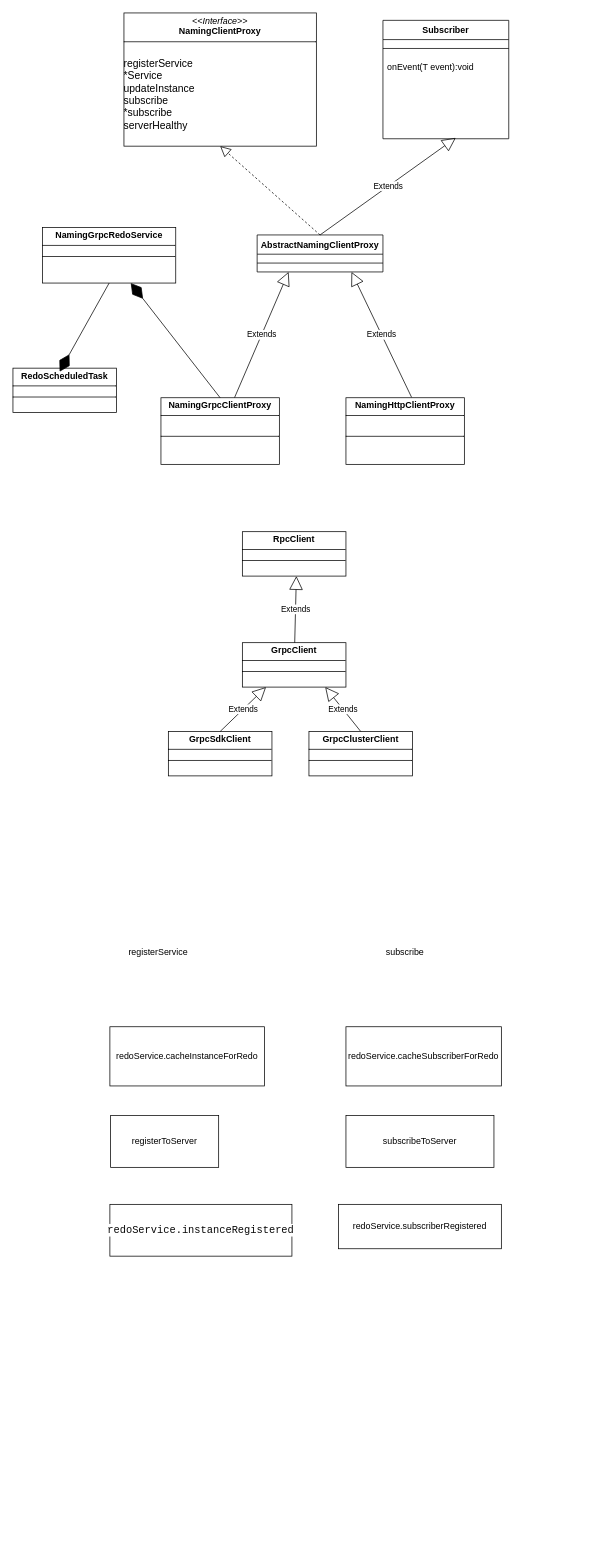
Above: nacos网络通信.drawio in chenjinkai/drawstorage (draw.io), before the change. Source tidied: cells renumbered, new cells numbered last; positions are measured from the earlier drawing's top-left corner, leaving out a move shared by most shapes. Both pictures are drawn from the tidied source at 74%, with x=0, y=0 at pixel (13, 13).
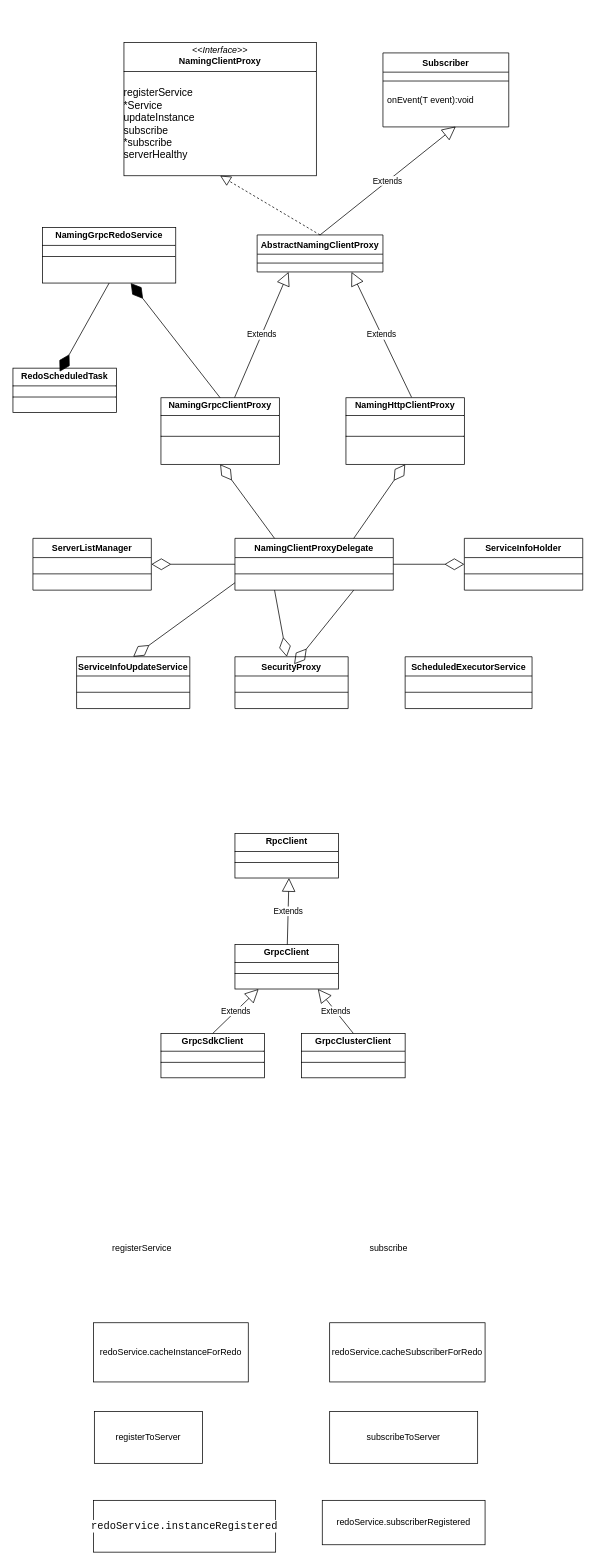
The same page after the edit.

Commit message:
更新nacos网络通信.drawio

The change refers to these unchanged cells:
```xml
<mxCell id="12" value="&lt;p style=&quot;margin:0px;margin-top:4px;text-align:center;&quot;&gt;&lt;b&gt;NamingGrpcClientProxy&lt;/b&gt;&lt;/p&gt;&lt;hr size=&quot;1&quot; style=&quot;border-style:solid;&quot;&gt;&lt;p style=&quot;margin:0px;margin-left:4px;&quot;&gt;&lt;br&gt;&lt;/p&gt;&lt;hr size=&quot;1&quot; style=&quot;border-style:solid;&quot;&gt;&lt;p style=&quot;margin:0px;margin-left:4px;&quot;&gt;&lt;br&gt;&lt;/p&gt;" style="verticalAlign=top;align=left;overflow=fill;html=1;whiteSpace=wrap;" parent="1" vertex="1">
  <mxGeometry x="200" y="520" width="160" height="90" as="geometry" />
</mxCell>
<mxCell id="13" value="&lt;p style=&quot;margin:0px;margin-top:4px;text-align:center;&quot;&gt;&lt;b style=&quot;color: rgb(0, 0, 0);&quot;&gt;NamingHttpClientProxy&lt;/b&gt;&lt;/p&gt;&lt;hr size=&quot;1&quot; style=&quot;border-style:solid;&quot;&gt;&lt;p style=&quot;margin:0px;margin-left:4px;&quot;&gt;&lt;br&gt;&lt;/p&gt;&lt;hr size=&quot;1&quot; style=&quot;border-style:solid;&quot;&gt;&lt;p style=&quot;margin:0px;margin-left:4px;&quot;&gt;&lt;br&gt;&lt;/p&gt;" style="verticalAlign=top;align=left;overflow=fill;html=1;whiteSpace=wrap;" parent="1" vertex="1">
  <mxGeometry x="450" y="520" width="160" height="90" as="geometry" />
</mxCell>
```

Change to the diagram source:
```diff
@@
     <mxCell id="2" value="&lt;p style=&quot;margin:0px;margin-top:4px;text-align:center;&quot;&gt;&lt;i&gt;&amp;lt;&amp;lt;Interface&amp;gt;&amp;gt;&lt;/i&gt;&lt;br&gt;&lt;b&gt;NamingClientProxy&lt;/b&gt;&lt;/p&gt;&lt;hr size=&quot;1&quot; style=&quot;border-style:solid;&quot;&gt;&lt;p style=&quot;margin:0px;margin-left:4px;&quot;&gt;&lt;br&gt;&lt;/p&gt;&lt;font style=&quot;font-size: 14px;&quot;&gt;registerService&lt;/font&gt;&lt;div&gt;&lt;font style=&quot;font-size: 14px;&quot;&gt;*Service&lt;/font&gt;&lt;/div&gt;&lt;div&gt;&lt;font style=&quot;font-size: 14px;&quot;&gt;updateInstance&lt;/font&gt;&lt;/div&gt;&lt;div&gt;&lt;div&gt;&lt;font style=&quot;font-size: 14px;&quot;&gt;subscribe&lt;/font&gt;&lt;/div&gt;&lt;div&gt;&lt;font style=&quot;font-size: 14px;&quot;&gt;*subscribe&lt;/font&gt;&lt;/div&gt;&lt;div&gt;&lt;font style=&quot;font-size: 14px;&quot;&gt;serverHealthy&lt;/font&gt;&lt;/div&gt;&lt;/div&gt;&lt;div&gt;&lt;font style=&quot;font-size: 14px;&quot;&gt;&lt;br&gt;&lt;/font&gt;&lt;/div&gt;&lt;div&gt;&lt;font style=&quot;font-size: 14px;&quot;&gt;&lt;br&gt;&lt;/font&gt;&lt;/div&gt;&lt;div&gt;&lt;br&gt;&lt;/div&gt;" style="verticalAlign=top;align=left;overflow=fill;html=1;whiteSpace=wrap;" parent="1" vertex="1">
-      <mxGeometry x="150" width="260" height="180" as="geometry" />
+      <mxGeometry x="150" y="40" width="260" height="180" as="geometry" />
     </mxCell>
     <mxCell id="3" value="&lt;b&gt;Subscriber&lt;/b&gt;" style="swimlane;fontStyle=1;align=center;verticalAlign=top;horizontal=1;startSize=26;whiteSpace=wrap;html=1;" parent="1" vertex="1">
-      <mxGeometry x="500" y="10" width="170" height="160" as="geometry" />
+      <mxGeometry x="500" y="54" width="170" height="100" as="geometry" />
     </mxCell>
@@
     <mxCell id="5" value="onEvent(T event):void" style="text;strokeColor=none;fillColor=none;align=left;verticalAlign=top;spacingLeft=4;spacingRight=4;overflow=hidden;points=[[0,0.5],[1,0.5]];portConstraint=eastwest;whiteSpace=wrap;html=1;" parent="3" vertex="1">
-      <mxGeometry y="50" width="170" height="110" as="geometry" />
+      <mxGeometry y="50" width="170" height="50" as="geometry" />
     </mxCell>
@@
     <mxCell id="14" value="&lt;p style=&quot;margin:0px;margin-top:4px;text-align:center;&quot;&gt;&lt;b&gt;RpcClient&lt;/b&gt;&lt;/p&gt;&lt;hr size=&quot;1&quot; style=&quot;border-style:solid;&quot;&gt;&lt;div style=&quot;height:2px;&quot;&gt;&lt;/div&gt;&lt;hr size=&quot;1&quot; style=&quot;border-style:solid;&quot;&gt;&lt;div style=&quot;height:2px;&quot;&gt;&lt;/div&gt;" style="verticalAlign=top;align=left;overflow=fill;html=1;whiteSpace=wrap;" parent="1" vertex="1">
-      <mxGeometry x="310" y="701" width="140" height="60" as="geometry" />
+      <mxGeometry x="300" y="1109" width="140" height="60" as="geometry" />
     </mxCell>
     <mxCell id="15" value="&lt;p style=&quot;margin:0px;margin-top:4px;text-align:center;&quot;&gt;&lt;b&gt;GrpcClient&lt;/b&gt;&lt;/p&gt;&lt;hr size=&quot;1&quot; style=&quot;border-style:solid;&quot;&gt;&lt;div style=&quot;height:2px;&quot;&gt;&lt;/div&gt;&lt;hr size=&quot;1&quot; style=&quot;border-style:solid;&quot;&gt;&lt;div style=&quot;height:2px;&quot;&gt;&lt;/div&gt;" style="verticalAlign=top;align=left;overflow=fill;html=1;whiteSpace=wrap;" parent="1" vertex="1">
-      <mxGeometry x="310" y="851" width="140" height="60" as="geometry" />
+      <mxGeometry x="300" y="1259" width="140" height="60" as="geometry" />
     </mxCell>
     <mxCell id="16" value="Extends" style="endArrow=block;endSize=16;endFill=0;html=1;rounded=0;entryX=0.579;entryY=0.989;entryDx=0;entryDy=0;entryPerimeter=0;" parent="1" edge="1" source="15">
       <mxGeometry relative="1" as="geometry">
-        <mxPoint x="383" y="761" as="targetPoint" />
+        <mxPoint x="373" y="1169" as="targetPoint" />
       </mxGeometry>
     </mxCell>
     <mxCell id="17" value="&lt;p style=&quot;margin:0px;margin-top:4px;text-align:center;&quot;&gt;&lt;b&gt;GrpcSdkClient&lt;/b&gt;&lt;/p&gt;&lt;hr size=&quot;1&quot; style=&quot;border-style:solid;&quot;&gt;&lt;div style=&quot;height:2px;&quot;&gt;&lt;/div&gt;&lt;hr size=&quot;1&quot; style=&quot;border-style:solid;&quot;&gt;&lt;div style=&quot;height:2px;&quot;&gt;&lt;/div&gt;" style="verticalAlign=top;align=left;overflow=fill;html=1;whiteSpace=wrap;" parent="1" vertex="1">
-      <mxGeometry x="210" y="971" width="140" height="60" as="geometry" />
+      <mxGeometry x="200" y="1379" width="140" height="60" as="geometry" />
     </mxCell>
     <mxCell id="18" value="&lt;p style=&quot;margin:0px;margin-top:4px;text-align:center;&quot;&gt;&lt;b&gt;GrpcClusterClient&lt;/b&gt;&lt;/p&gt;&lt;hr size=&quot;1&quot; style=&quot;border-style:solid;&quot;&gt;&lt;div style=&quot;height:2px;&quot;&gt;&lt;/div&gt;&lt;hr size=&quot;1&quot; style=&quot;border-style:solid;&quot;&gt;&lt;div style=&quot;height:2px;&quot;&gt;&lt;/div&gt;" style="verticalAlign=top;align=left;overflow=fill;html=1;whiteSpace=wrap;" parent="1" vertex="1">
-      <mxGeometry x="400" y="971" width="140" height="60" as="geometry" />
+      <mxGeometry x="390" y="1379" width="140" height="60" as="geometry" />
     </mxCell>
     <mxCell id="19" value="Extends" style="endArrow=block;endSize=16;endFill=0;html=1;rounded=0;entryX=0.579;entryY=0.989;entryDx=0;entryDy=0;entryPerimeter=0;exitX=0.5;exitY=0;exitDx=0;exitDy=0;" parent="1" edge="1" source="17">
       <mxGeometry relative="1" as="geometry">
-        <mxPoint x="342" y="911" as="targetPoint" />
+        <mxPoint x="332" y="1319" as="targetPoint" />
       </mxGeometry>
     </mxCell>
     <mxCell id="20" value="Extends" style="endArrow=block;endSize=16;endFill=0;html=1;rounded=0;entryX=0.579;entryY=0.989;entryDx=0;entryDy=0;entryPerimeter=0;exitX=0.5;exitY=0;exitDx=0;exitDy=0;" parent="1" edge="1" source="18">
       <mxGeometry relative="1" as="geometry">
-        <mxPoint x="422" y="911" as="targetPoint" />
+        <mxPoint x="412" y="1319" as="targetPoint" />
       </mxGeometry>
     </mxCell>
@@
     <mxCell id="25" value="redoService.cacheInstanceForRedo" style="rounded=0;whiteSpace=wrap;html=1;" parent="1" vertex="1">
-      <mxGeometry x="131" y="1370" width="209" height="80" as="geometry" />
+      <mxGeometry x="109" y="1770" width="209" height="80" as="geometry" />
     </mxCell>
     <mxCell id="26" value="registerToServer" style="rounded=0;whiteSpace=wrap;html=1;" parent="1" vertex="1">
-      <mxGeometry x="132" y="1490" width="146" height="70" as="geometry" />
+      <mxGeometry x="110" y="1890" width="146" height="70" as="geometry" />
     </mxCell>
     <mxCell id="27" value="registerService" style="text;html=1;align=center;verticalAlign=middle;whiteSpace=wrap;rounded=0;" parent="1" vertex="1">
-      <mxGeometry x="132" y="1240" width="129" height="60" as="geometry" />
+      <mxGeometry x="110" y="1640" width="129" height="60" as="geometry" />
     </mxCell>
     <mxCell id="28" value="&lt;div style=&quot;background-color: rgb(255, 255, 255); color: rgb(8, 8, 8);&quot;&gt;&lt;pre style=&quot;font-family: &amp;quot;JetBrains Mono&amp;quot;, monospace;&quot;&gt;&lt;font style=&quot;font-size: 14px;&quot;&gt;redoService.instanceRegistered&lt;/font&gt;&lt;/pre&gt;&lt;/div&gt;" style="rounded=0;whiteSpace=wrap;html=1;" parent="1" vertex="1">
-      <mxGeometry x="131" y="1610" width="246" height="70" as="geometry" />
+      <mxGeometry x="109" y="2010" width="246" height="70" as="geometry" />
     </mxCell>
     <mxCell id="29" value="subscribe" style="text;html=1;align=center;verticalAlign=middle;whiteSpace=wrap;rounded=0;" parent="1" vertex="1">
-      <mxGeometry x="500" y="1255" width="60" height="30" as="geometry" />
+      <mxGeometry x="478" y="1655" width="60" height="30" as="geometry" />
     </mxCell>
     <mxCell id="30" value="redoService.cacheSubscriberForRedo" style="rounded=0;whiteSpace=wrap;html=1;" parent="1" vertex="1">
-      <mxGeometry x="450" y="1370" width="210" height="80" as="geometry" />
+      <mxGeometry x="428" y="1770" width="210" height="80" as="geometry" />
     </mxCell>
     <mxCell id="31" value="subscribeToServer" style="rounded=0;whiteSpace=wrap;html=1;" parent="1" vertex="1">
-      <mxGeometry x="450" y="1490" width="200" height="70" as="geometry" />
+      <mxGeometry x="428" y="1890" width="200" height="70" as="geometry" />
     </mxCell>
     <mxCell id="32" value="redoService.subscriberRegistered" style="rounded=0;whiteSpace=wrap;html=1;" parent="1" vertex="1">
-      <mxGeometry x="440" y="1610" width="220" height="60" as="geometry" />
+      <mxGeometry x="418" y="2010" width="220" height="60" as="geometry" />
     </mxCell>
+    <mxCell id="33" value="NamingClientProxyDelegate" style="swimlane;fontStyle=1;align=center;verticalAlign=top;horizontal=1;startSize=26;whiteSpace=wrap;html=1;" parent="1" vertex="1">
+      <mxGeometry x="300" y="710" width="214" height="70" as="geometry" />
+    </mxCell>
+    <mxCell id="34" style="line;strokeWidth=1;fillColor=none;align=left;verticalAlign=middle;spacingTop=-1;spacingLeft=3;spacingRight=3;labelPosition=right;strokeColor=inherit;" parent="33" vertex="1">
+      <mxGeometry y="26" width="214" height="44" as="geometry" />
+    </mxCell>
+    <mxCell id="35" style="endArrow=diamondThin;endFill=0;endSize=24;html=1;rounded=0;exitX=0.75;exitY=0;exitDx=0;exitDy=0;entryX=0.5;entryY=1;entryDx=0;entryDy=0;" parent="1" edge="1" source="33" target="13">
+      <mxGeometry relative="1" as="geometry" />
+    </mxCell>
+    <mxCell id="36" style="endArrow=diamondThin;endFill=0;endSize=24;html=1;rounded=0;entryX=0.5;entryY=1;entryDx=0;entryDy=0;exitX=0.25;exitY=0;exitDx=0;exitDy=0;" parent="1" edge="1" source="33" target="12">
+      <mxGeometry relative="1" as="geometry" />
+    </mxCell>
+    <mxCell id="37" value="ServerListManager" style="swimlane;fontStyle=1;align=center;verticalAlign=top;horizontal=1;startSize=26;whiteSpace=wrap;html=1;" parent="1" vertex="1">
+      <mxGeometry x="27" y="710" width="160" height="70" as="geometry" />
+    </mxCell>
+    <mxCell id="38" style="line;strokeWidth=1;fillColor=none;align=left;verticalAlign=middle;spacingTop=-1;spacingLeft=3;spacingRight=3;labelPosition=right;strokeColor=inherit;" parent="37" vertex="1">
+      <mxGeometry y="26" width="160" height="44" as="geometry" />
+    </mxCell>
+    <mxCell id="39" style="endArrow=diamondThin;endFill=0;endSize=24;html=1;rounded=0;entryX=1;entryY=0.5;entryDx=0;entryDy=0;exitX=0;exitY=0.5;exitDx=0;exitDy=0;" parent="1" edge="1" source="33" target="37">
+      <mxGeometry relative="1" as="geometry" />
+    </mxCell>
+    <mxCell id="40" value="ServiceInfoHolder" style="swimlane;fontStyle=1;align=center;verticalAlign=top;horizontal=1;startSize=26;whiteSpace=wrap;html=1;" parent="1" vertex="1">
+      <mxGeometry x="610" y="710" width="160" height="70" as="geometry" />
+    </mxCell>
+    <mxCell id="41" style="line;strokeWidth=1;fillColor=none;align=left;verticalAlign=middle;spacingTop=-1;spacingLeft=3;spacingRight=3;labelPosition=right;strokeColor=inherit;" parent="40" vertex="1">
+      <mxGeometry y="26" width="160" height="44" as="geometry" />
+    </mxCell>
+    <mxCell id="42" value="ServiceInfoUpdateService" style="swimlane;fontStyle=1;align=center;verticalAlign=top;horizontal=1;startSize=26;whiteSpace=wrap;html=1;" parent="1" vertex="1">
+      <mxGeometry x="86" y="870" width="153" height="70" as="geometry" />
+    </mxCell>
+    <mxCell id="43" style="line;strokeWidth=1;fillColor=none;align=left;verticalAlign=middle;spacingTop=-1;spacingLeft=3;spacingRight=3;labelPosition=right;strokeColor=inherit;" parent="42" vertex="1">
+      <mxGeometry y="26" width="153" height="44" as="geometry" />
+    </mxCell>
+    <mxCell id="44" style="endArrow=diamondThin;endFill=0;endSize=24;html=1;rounded=0;entryX=0.5;entryY=0;entryDx=0;entryDy=0;" parent="1" edge="1" target="42">
+      <mxGeometry relative="1" as="geometry">
+        <mxPoint x="300" y="770" as="sourcePoint" />
+      </mxGeometry>
+    </mxCell>
+    <mxCell id="45" style="endArrow=diamondThin;endFill=0;endSize=24;html=1;rounded=0;entryX=0;entryY=0.5;entryDx=0;entryDy=0;exitX=1;exitY=0.5;exitDx=0;exitDy=0;" parent="1" edge="1" source="33" target="40">
+      <mxGeometry relative="1" as="geometry" />
+    </mxCell>
+    <mxCell id="46" value="SecurityProxy" style="swimlane;fontStyle=1;align=center;verticalAlign=top;horizontal=1;startSize=26;whiteSpace=wrap;html=1;" parent="1" vertex="1">
+      <mxGeometry x="300" y="870" width="153" height="70" as="geometry" />
+    </mxCell>
+    <mxCell id="47" style="line;strokeWidth=1;fillColor=none;align=left;verticalAlign=middle;spacingTop=-1;spacingLeft=3;spacingRight=3;labelPosition=right;strokeColor=inherit;" parent="46" vertex="1">
+      <mxGeometry y="26" width="153" height="44" as="geometry" />
+    </mxCell>
+    <mxCell id="48" value="ScheduledExecutorService" style="swimlane;fontStyle=1;align=center;verticalAlign=top;horizontal=1;startSize=26;whiteSpace=wrap;html=1;" parent="1" vertex="1">
+      <mxGeometry x="530" y="870" width="171.5" height="70" as="geometry" />
+    </mxCell>
+    <mxCell id="49" style="line;strokeWidth=1;fillColor=none;align=left;verticalAlign=middle;spacingTop=-1;spacingLeft=3;spacingRight=3;labelPosition=right;strokeColor=inherit;" parent="48" vertex="1">
+      <mxGeometry y="26" width="171.5" height="44" as="geometry" />
+    </mxCell>
+    <mxCell id="50" style="endArrow=diamondThin;endFill=0;endSize=24;html=1;rounded=0;exitX=0.25;exitY=1;exitDx=0;exitDy=0;" parent="1" edge="1" source="33" target="46">
+      <mxGeometry relative="1" as="geometry" />
+    </mxCell>
+    <mxCell id="51" style="endArrow=diamondThin;endFill=0;endSize=24;html=1;rounded=0;exitX=0.75;exitY=1;exitDx=0;exitDy=0;" parent="1" edge="1" source="33">
+      <mxGeometry relative="1" as="geometry">
+        <mxPoint x="380" y="880" as="targetPoint" />
+      </mxGeometry>
+    </mxCell>
```
